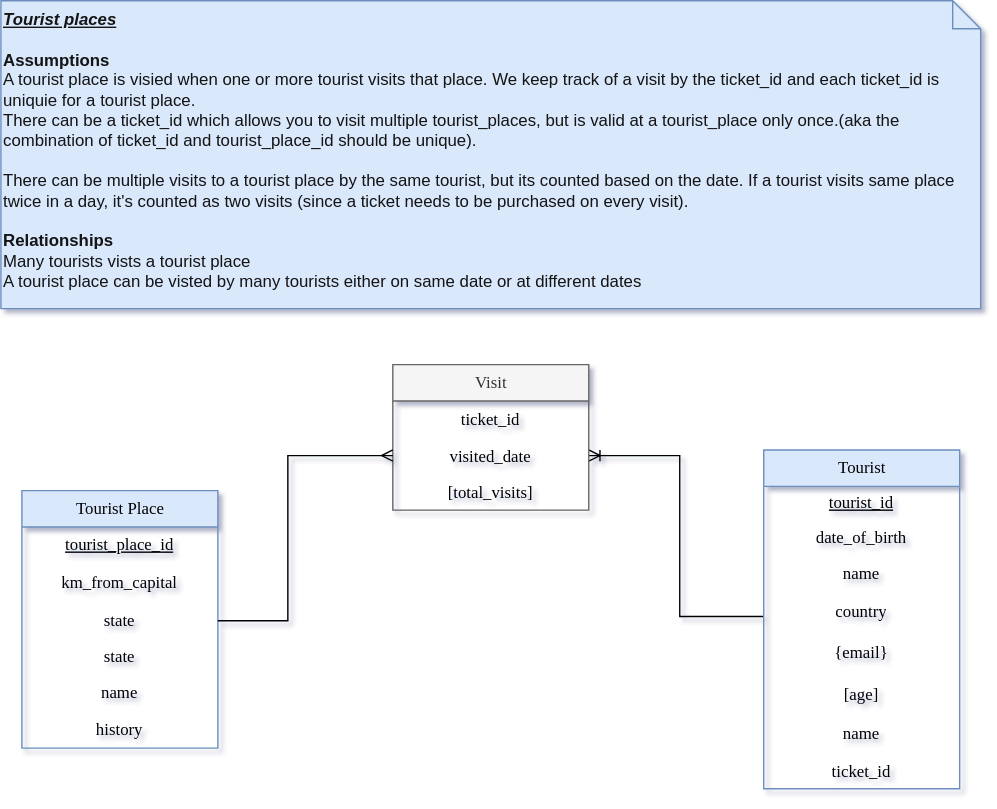
Before: Tourism.drawio.svg, a diagram exported from draw.io (supriya-kotturu/entity-relationship-diagrams). Source tidied: cells renumbered, new cells last; positions are measured from the earlier drawing's top-left corner, leaving out a move shared by most shapes.
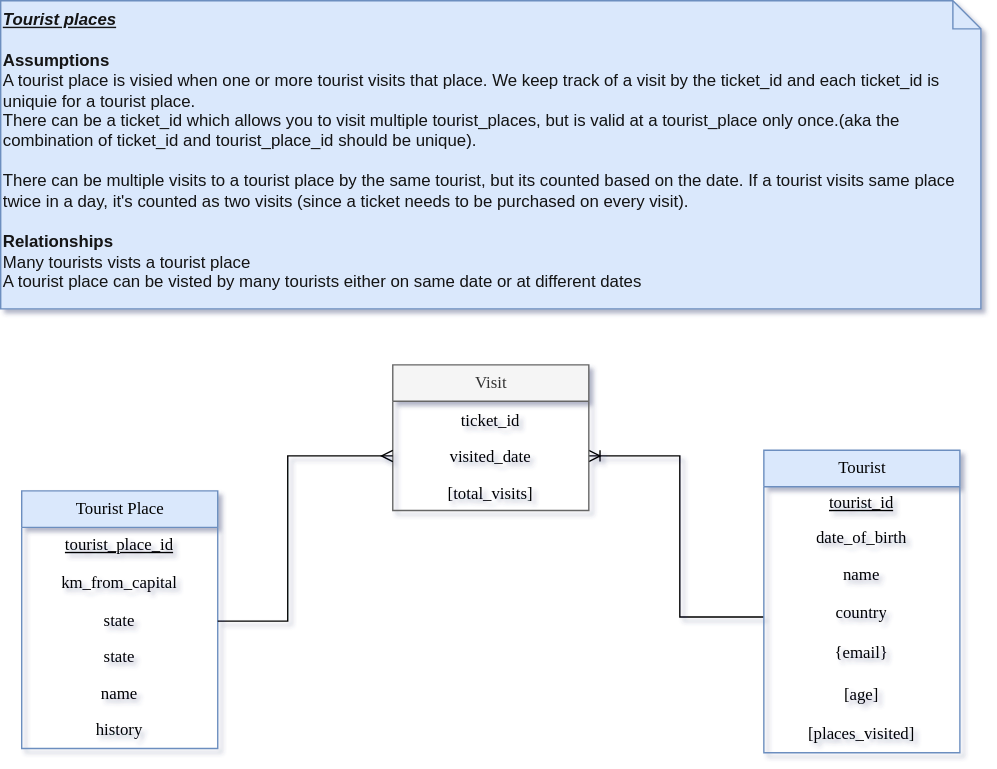
Above is the later version.

Diff of the diagram source:
```diff
@@ -35,7 +35,7 @@
       </mxGeometry>
     </mxCell>
     <mxCell id="11" value="Tourist" style="swimlane;fontStyle=0;horizontal=1;startSize=26;fillColor=#dae8fc;html=1;labelBackgroundColor=none;fontFamily=Verdana;strokeColor=#6c8ebf;fontColor=#000000;align=center;verticalAlign=middle;" parent="1" vertex="1">
-      <mxGeometry x="545" y="321" width="140" height="242" as="geometry" />
+      <mxGeometry x="545" y="321" width="140" height="216" as="geometry" />
     </mxCell>
     <mxCell id="12" value="&lt;u&gt;tourist_id&lt;/u&gt;" style="text;strokeColor=none;fillColor=none;align=center;verticalAlign=middle;spacingLeft=4;spacingRight=4;overflow=hidden;whiteSpace=wrap;html=1;labelBackgroundColor=none;fontFamily=Verdana;fontColor=#000000;" parent="11" vertex="1">
       <mxGeometry y="26" width="140" height="24" as="geometry" />
@@ -55,12 +55,9 @@
     <mxCell id="17" value="[age]" style="text;strokeColor=none;fillColor=none;align=center;verticalAlign=middle;spacingLeft=4;spacingRight=4;overflow=hidden;whiteSpace=wrap;html=1;labelBackgroundColor=none;fontFamily=Verdana;fontColor=#000000;" parent="11" vertex="1">
       <mxGeometry y="160" width="140" height="30" as="geometry" />
     </mxCell>
-    <mxCell id="18" value="name" style="text;strokeColor=none;fillColor=none;align=center;verticalAlign=middle;spacingLeft=4;spacingRight=4;overflow=hidden;whiteSpace=wrap;html=1;labelBackgroundColor=none;fontFamily=Verdana;fontColor=#000000;" parent="11" vertex="1">
+    <mxCell id="18" value="[places_visited]" style="text;strokeColor=none;fillColor=none;align=center;verticalAlign=middle;spacingLeft=4;spacingRight=4;overflow=hidden;whiteSpace=wrap;html=1;labelBackgroundColor=none;fontFamily=Verdana;fontColor=#000000;" parent="11" vertex="1">
       <mxGeometry y="190" width="140" height="26" as="geometry" />
     </mxCell>
-    <mxCell id="19" value="ticket_id" style="text;strokeColor=none;fillColor=none;align=center;verticalAlign=top;spacingLeft=4;spacingRight=4;overflow=hidden;whiteSpace=wrap;html=1;labelBackgroundColor=none;fontFamily=Verdana;fontColor=#000000;" parent="11" vertex="1">
-      <mxGeometry y="216" width="140" height="26" as="geometry" />
-    </mxCell>
     <mxCell id="20" value="Visit" style="swimlane;fontStyle=0;horizontal=1;startSize=26;fillColor=#f5f5f5;html=1;labelBackgroundColor=none;fontFamily=Verdana;strokeColor=#666666;fontColor=#333333;" parent="1" vertex="1">
       <mxGeometry x="280" y="260" width="140" height="104" as="geometry" />
     </mxCell>
```
